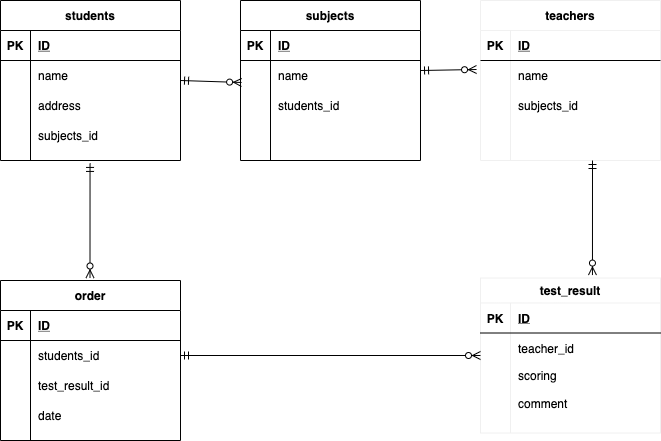
This is index.drawio.png from hosei0514/ER_TEST, a draw.io export, as it was before one commit. Source tidied: cells renumbered, new cells last; positions are measured from the earlier drawing's top-left corner, leaving out a move shared by most shapes.
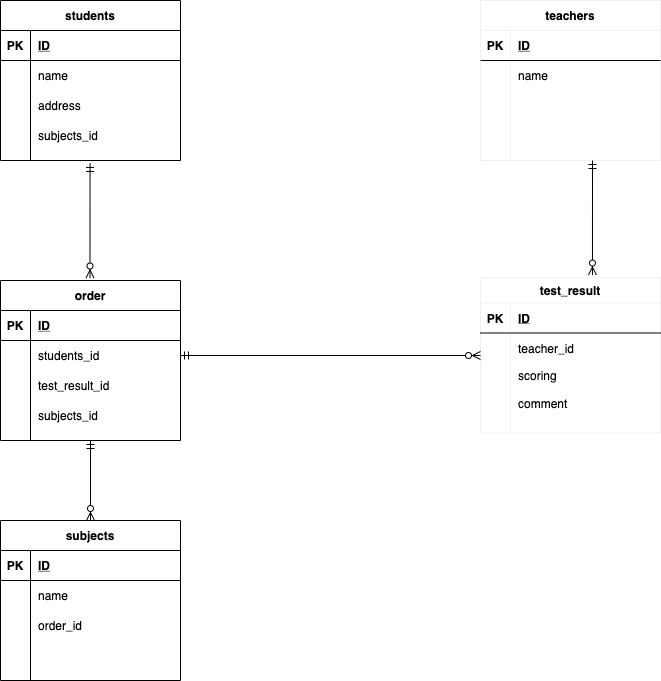
After the commit.

Change to the diagram source:
```diff
@@ -68,7 +68,7 @@
     <mxCell id="23" style="shape=partialRectangle;fillColor=none;top=0;left=0;bottom=0;right=0;overflow=hidden;" parent="22" vertex="1">
       <mxGeometry width="30" height="30" as="geometry" />
     </mxCell>
-    <mxCell id="24" value="subjects_id" style="shape=partialRectangle;fillColor=none;top=0;left=0;bottom=0;right=0;align=left;spacingLeft=6;overflow=hidden;" parent="22" vertex="1">
+    <mxCell id="24" style="shape=partialRectangle;fillColor=none;top=0;left=0;bottom=0;right=0;align=left;spacingLeft=6;overflow=hidden;" parent="22" vertex="1">
       <mxGeometry x="30" width="150" height="30" as="geometry" />
     </mxCell>
     <mxCell id="25" style="shape=partialRectangle;fillColor=none;top=0;left=0;bottom=0;right=0;" parent="15" vertex="1">
@@ -160,7 +160,7 @@
     <mxCell id="53" style="shape=partialRectangle;fillColor=none;top=0;left=0;bottom=0;right=0;overflow=hidden;" parent="52" vertex="1">
       <mxGeometry width="30" height="30" as="geometry" />
     </mxCell>
-    <mxCell id="54" value="date" style="shape=partialRectangle;fillColor=none;top=0;left=0;bottom=0;right=0;align=left;spacingLeft=6;overflow=hidden;" parent="52" vertex="1">
+    <mxCell id="54" value="subjects_id" style="shape=partialRectangle;fillColor=none;top=0;left=0;bottom=0;right=0;align=left;spacingLeft=6;overflow=hidden;" parent="52" vertex="1">
       <mxGeometry x="30" width="150" height="30" as="geometry" />
     </mxCell>
     <mxCell id="55" style="fontSize=12;html=1;endArrow=ERzeroToMany;startArrow=ERmandOne;entryX=0;entryY=0.75;entryDx=0;entryDy=0;entryPerimeter=0;exitX=1;exitY=0.5;exitDx=0;exitDy=0;" parent="1" edge="1" source="46" target="32">
@@ -173,7 +173,7 @@
       </mxGeometry>
     </mxCell>
     <mxCell id="57" value="subjects" style="shape=table;startSize=30;rowLines=0;fontStyle=1;align=center;" parent="1" vertex="1">
-      <mxGeometry x="240" width="180" height="160" as="geometry" />
+      <mxGeometry y="520" width="180" height="160" as="geometry" />
     </mxCell>
     <mxCell id="58" style="shape=partialRectangle;fillColor=none;top=0;left=0;bottom=1;right=0;" parent="57" vertex="1">
       <mxGeometry y="30" width="180" height="30" as="geometry" />
@@ -199,7 +199,7 @@
     <mxCell id="65" style="shape=partialRectangle;fillColor=none;top=0;left=0;bottom=0;right=0;overflow=hidden;" parent="64" vertex="1">
       <mxGeometry width="30" height="30" as="geometry" />
     </mxCell>
-    <mxCell id="66" value="students_id" style="shape=partialRectangle;fillColor=none;top=0;left=0;bottom=0;right=0;align=left;spacingLeft=6;overflow=hidden;" parent="64" vertex="1">
+    <mxCell id="66" value="order_id" style="shape=partialRectangle;fillColor=none;top=0;left=0;bottom=0;right=0;align=left;spacingLeft=6;overflow=hidden;" parent="64" vertex="1">
       <mxGeometry x="30" width="150" height="30" as="geometry" />
     </mxCell>
     <mxCell id="67" style="shape=partialRectangle;fillColor=none;top=0;left=0;bottom=0;right=0;" parent="57" vertex="1">
@@ -211,15 +211,8 @@
     <mxCell id="69" style="shape=partialRectangle;fillColor=none;top=0;left=0;bottom=0;right=0;align=left;spacingLeft=6;overflow=hidden;" parent="67" vertex="1">
       <mxGeometry x="30" width="150" height="30" as="geometry" />
     </mxCell>
-    <mxCell id="70" style="fontSize=12;html=1;endArrow=ERzeroToMany;startArrow=ERmandOne;entryX=0.006;entryY=0.733;entryDx=0;entryDy=0;entryPerimeter=0;" parent="1" edge="1" target="61">
-      <mxGeometry relative="1" as="geometry">
-        <mxPoint x="180" y="80" as="sourcePoint" />
-      </mxGeometry>
+    <mxCell id="70" style="fontSize=12;html=1;endArrow=ERzeroToMany;startArrow=ERmandOne;exitX=0.5;exitY=1;exitDx=0;exitDy=0;" parent="1" edge="1" source="42" target="57">
+      <mxGeometry relative="1" as="geometry" />
     </mxCell>
-    <mxCell id="71" style="fontSize=12;html=1;endArrow=ERzeroToMany;startArrow=ERmandOne;entryX=-0.022;entryY=0.3;entryDx=0;entryDy=0;entryPerimeter=0;" parent="1" edge="1" target="19">
-      <mxGeometry relative="1" as="geometry">
-        <mxPoint x="420" y="70" as="sourcePoint" />
-      </mxGeometry>
-    </mxCell>
   </root>
 </mxGraphModel>
```
